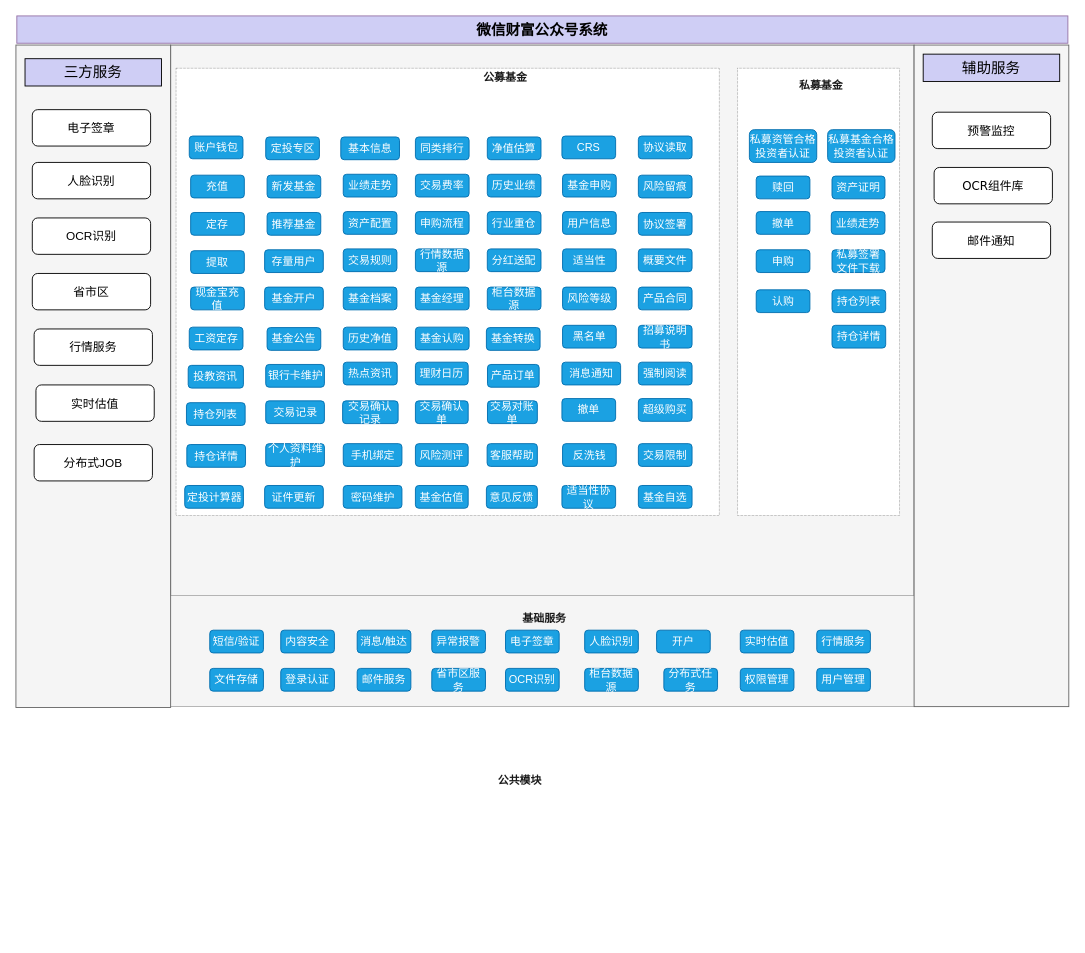
ammengke/my-drawio keeps this draw.io diagram as 微信财富公众号系统-业务架构.drawio. Above is the earlier version. Source tidied: cells renumbered, new cells numbered last; positions are measured from the earlier drawing's top-left corner, leaving out a move shared by most shapes. Both pictures are drawn from the tidied source at 91%, with x=0, y=0 at pixel (15, 15).
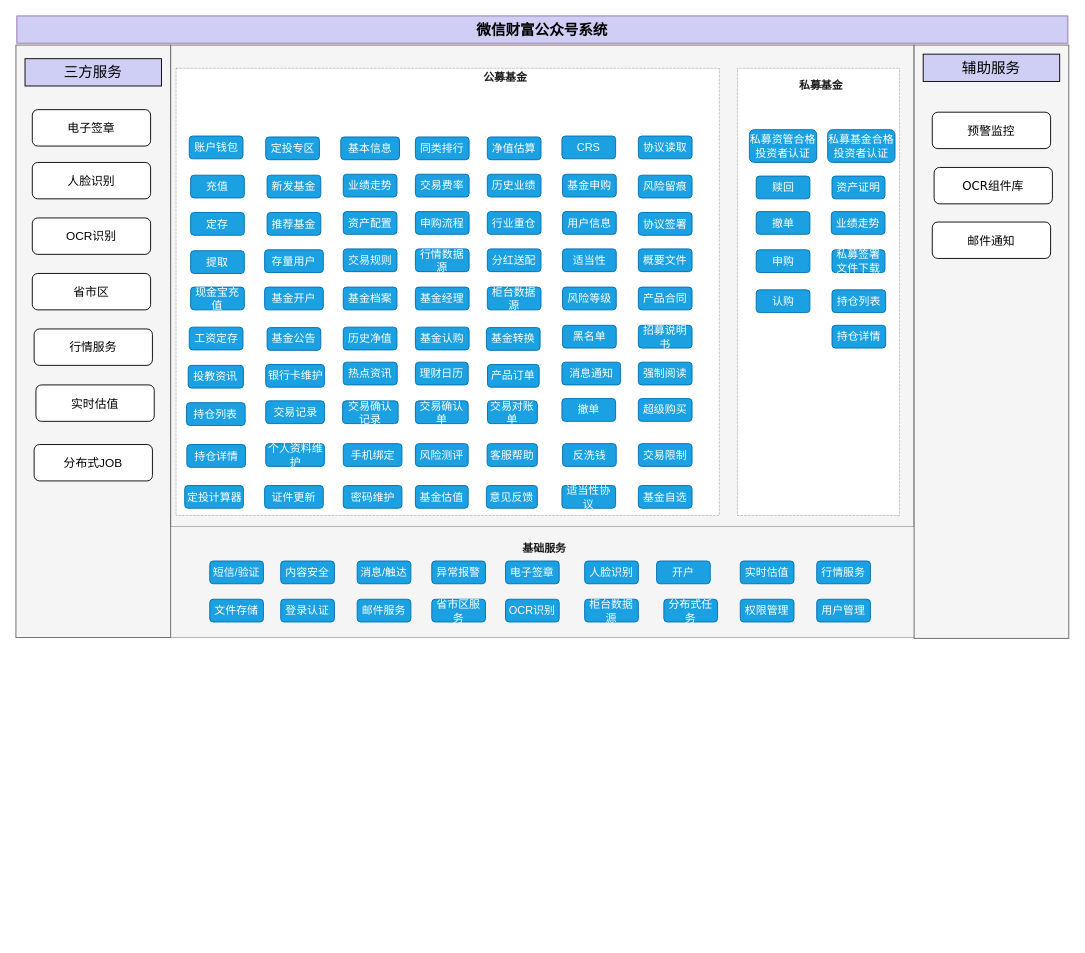
The same page after the edit.

Commit message (it also covers changes not shown here):
更新微信财富公众号系统-业务架构.drawio

Diff of the diagram source:
```diff
@@
     <mxCell id="3" style="rounded=0;whiteSpace=wrap;html=1;fontColor=#333333;strokeColor=#666666;strokeWidth=0.5;fillColor=#f5f5f5;" parent="1" vertex="1">
-      <mxGeometry x="163" y="637" width="825" height="122" as="geometry" />
+      <mxGeometry x="163" y="561" width="825" height="122" as="geometry" />
     </mxCell>
@@
     <mxCell id="5" style="rounded=0;whiteSpace=wrap;html=1;fontSize=16;fillColor=#f5f5f5;strokeColor=#666666;fontColor=#333333;" parent="1" vertex="1">
-      <mxGeometry y="32" width="170" height="728" as="geometry" />
+      <mxGeometry y="32" width="170" height="651" as="geometry" />
     </mxCell>
@@
     <mxCell id="10" style="rounded=0;whiteSpace=wrap;html=1;fontSize=13;fillColor=#f5f5f5;fontColor=#333333;strokeColor=#666666;" parent="1" vertex="1">
-      <mxGeometry x="987" y="32" width="170" height="727" as="geometry" />
+      <mxGeometry x="987" y="32" width="170" height="652" as="geometry" />
     </mxCell>
@@
     <mxCell id="23" value="开户" style="text;html=1;strokeColor=#006EAF;fillColor=#1ba1e2;align=center;verticalAlign=middle;whiteSpace=wrap;rounded=1;fontColor=#ffffff;" parent="1" vertex="1">
-      <mxGeometry x="704" y="675" width="59" height="25" as="geometry" />
+      <mxGeometry x="704" y="599" width="59" height="25" as="geometry" />
     </mxCell>
@@
     <mxCell id="29" value="基础服务" style="text;html=1;strokeColor=none;fillColor=none;align=center;verticalAlign=middle;whiteSpace=wrap;rounded=0;fontColor=#1A1A1A;fontStyle=1;" parent="1" vertex="1">
-      <mxGeometry x="550.5" y="647" width="60" height="30" as="geometry" />
+      <mxGeometry x="550.5" y="571" width="60" height="30" as="geometry" />
     </mxCell>
     <mxCell id="30" value="短信/验证" style="text;html=1;strokeColor=#006EAF;fillColor=#1ba1e2;align=center;verticalAlign=middle;whiteSpace=wrap;rounded=1;fontColor=#ffffff;" parent="1" vertex="1">
-      <mxGeometry x="213" y="675" width="59" height="25" as="geometry" />
+      <mxGeometry x="213" y="599" width="59" height="25" as="geometry" />
     </mxCell>
     <mxCell id="31" value="内容安全" style="text;html=1;strokeColor=#006EAF;fillColor=#1ba1e2;align=center;verticalAlign=middle;whiteSpace=wrap;rounded=1;fontColor=#ffffff;" parent="1" vertex="1">
-      <mxGeometry x="291" y="675" width="59" height="25" as="geometry" />
+      <mxGeometry x="291" y="599" width="59" height="25" as="geometry" />
     </mxCell>
     <mxCell id="32" value="消息/触达" style="text;html=1;strokeColor=#006EAF;fillColor=#1ba1e2;align=center;verticalAlign=middle;whiteSpace=wrap;rounded=1;fontColor=#ffffff;" parent="1" vertex="1">
-      <mxGeometry x="375" y="675" width="59" height="25" as="geometry" />
+      <mxGeometry x="375" y="599" width="59" height="25" as="geometry" />
     </mxCell>
     <mxCell id="33" value="异常报警" style="text;html=1;strokeColor=#006EAF;fillColor=#1ba1e2;align=center;verticalAlign=middle;whiteSpace=wrap;rounded=1;fontColor=#ffffff;" parent="1" vertex="1">
-      <mxGeometry x="457" y="675" width="59" height="25" as="geometry" />
+      <mxGeometry x="457" y="599" width="59" height="25" as="geometry" />
     </mxCell>
     <mxCell id="34" value="电子签章" style="text;html=1;strokeColor=#006EAF;fillColor=#1ba1e2;align=center;verticalAlign=middle;whiteSpace=wrap;rounded=1;fontColor=#ffffff;" parent="1" vertex="1">
-      <mxGeometry x="538" y="675" width="59" height="25" as="geometry" />
+      <mxGeometry x="538" y="599" width="59" height="25" as="geometry" />
     </mxCell>
     <mxCell id="35" value="人脸识别" style="text;html=1;strokeColor=#006EAF;fillColor=#1ba1e2;align=center;verticalAlign=middle;whiteSpace=wrap;rounded=1;fontColor=#ffffff;" parent="1" vertex="1">
-      <mxGeometry x="625" y="675" width="59" height="25" as="geometry" />
+      <mxGeometry x="625" y="599" width="59" height="25" as="geometry" />
     </mxCell>
     <mxCell id="36" value="文件存储" style="text;html=1;strokeColor=#006EAF;fillColor=#1ba1e2;align=center;verticalAlign=middle;whiteSpace=wrap;rounded=1;fontColor=#ffffff;" parent="1" vertex="1">
-      <mxGeometry x="213" y="717" width="59" height="25" as="geometry" />
+      <mxGeometry x="213" y="641" width="59" height="25" as="geometry" />
     </mxCell>
     <mxCell id="37" value="登录认证" style="text;html=1;strokeColor=#006EAF;fillColor=#1ba1e2;align=center;verticalAlign=middle;whiteSpace=wrap;rounded=1;fontColor=#ffffff;" parent="1" vertex="1">
-      <mxGeometry x="291" y="717" width="59" height="25" as="geometry" />
+      <mxGeometry x="291" y="641" width="59" height="25" as="geometry" />
     </mxCell>
     <mxCell id="38" value="邮件服务" style="text;html=1;strokeColor=#006EAF;fillColor=#1ba1e2;align=center;verticalAlign=middle;whiteSpace=wrap;rounded=1;fontColor=#ffffff;" parent="1" vertex="1">
-      <mxGeometry x="375" y="717" width="59" height="25" as="geometry" />
+      <mxGeometry x="375" y="641" width="59" height="25" as="geometry" />
     </mxCell>
     <mxCell id="39" value="省市区服务" style="text;html=1;strokeColor=#006EAF;fillColor=#1ba1e2;align=center;verticalAlign=middle;whiteSpace=wrap;rounded=1;fontColor=#ffffff;" parent="1" vertex="1">
-      <mxGeometry x="457" y="717" width="59" height="25" as="geometry" />
+      <mxGeometry x="457" y="641" width="59" height="25" as="geometry" />
     </mxCell>
     <mxCell id="40" value="行情服务" style="text;html=1;strokeColor=#006EAF;fillColor=#1ba1e2;align=center;verticalAlign=middle;whiteSpace=wrap;rounded=1;fontColor=#ffffff;" parent="1" vertex="1">
-      <mxGeometry x="880" y="675" width="59" height="25" as="geometry" />
+      <mxGeometry x="880" y="599" width="59" height="25" as="geometry" />
     </mxCell>
     <mxCell id="41" value="实时估值" style="text;html=1;strokeColor=#006EAF;fillColor=#1ba1e2;align=center;verticalAlign=middle;whiteSpace=wrap;rounded=1;fontColor=#ffffff;" parent="1" vertex="1">
-      <mxGeometry x="796" y="675" width="59" height="25" as="geometry" />
+      <mxGeometry x="796" y="599" width="59" height="25" as="geometry" />
     </mxCell>
     <mxCell id="42" value="OCR识别" style="text;html=1;strokeColor=#006EAF;fillColor=#1ba1e2;align=center;verticalAlign=middle;whiteSpace=wrap;rounded=1;fontColor=#ffffff;" parent="1" vertex="1">
-      <mxGeometry x="538" y="717" width="59" height="25" as="geometry" />
+      <mxGeometry x="538" y="641" width="59" height="25" as="geometry" />
     </mxCell>
     <mxCell id="43" value="柜台数据源" style="text;html=1;strokeColor=#006EAF;fillColor=#1ba1e2;align=center;verticalAlign=middle;whiteSpace=wrap;rounded=1;fontColor=#ffffff;" parent="1" vertex="1">
-      <mxGeometry x="625" y="717" width="59" height="25" as="geometry" />
+      <mxGeometry x="625" y="641" width="59" height="25" as="geometry" />
     </mxCell>
     <mxCell id="44" value="分布式任务" style="text;html=1;strokeColor=#006EAF;fillColor=#1ba1e2;align=center;verticalAlign=middle;whiteSpace=wrap;rounded=1;fontColor=#ffffff;" parent="1" vertex="1">
-      <mxGeometry x="712" y="717" width="59" height="25" as="geometry" />
+      <mxGeometry x="712" y="641" width="59" height="25" as="geometry" />
     </mxCell>
     <mxCell id="45" value="权限管理" style="text;html=1;strokeColor=#006EAF;fillColor=#1ba1e2;align=center;verticalAlign=middle;whiteSpace=wrap;rounded=1;fontColor=#ffffff;" parent="1" vertex="1">
-      <mxGeometry x="796" y="717" width="59" height="25" as="geometry" />
+      <mxGeometry x="796" y="641" width="59" height="25" as="geometry" />
     </mxCell>
     <mxCell id="46" value="用户管理" style="text;html=1;strokeColor=#006EAF;fillColor=#1ba1e2;align=center;verticalAlign=middle;whiteSpace=wrap;rounded=1;fontColor=#ffffff;" parent="1" vertex="1">
-      <mxGeometry x="880" y="717" width="59" height="25" as="geometry" />
+      <mxGeometry x="880" y="641" width="59" height="25" as="geometry" />
     </mxCell>
@@
-    <mxCell id="97" style="rounded=0;whiteSpace=wrap;html=1;strokeColor=none;" parent="1" vertex="1">
-      <mxGeometry x="150" y="819" width="805" height="193" as="geometry" />
-    </mxCell>
@@
-    <mxCell id="120" value="公共模块" style="text;html=1;strokeColor=none;fillColor=none;align=center;verticalAlign=middle;whiteSpace=wrap;rounded=0;dashed=1;dashPattern=1 2;fontColor=#1A1A1A;fontStyle=1;" parent="1" vertex="1">
-      <mxGeometry x="524" y="825.5" width="60" height="30" as="geometry" />
-    </mxCell>
```
